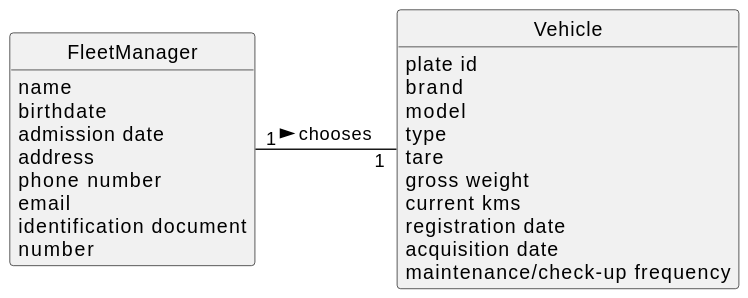
diogoveirospro/lei-24-s2-1dg-g072 keeps this PlantUML diagram as docs/sprintA/us007/02.analysis/svg/us007-domain-model.svg. Above is the earlier version.
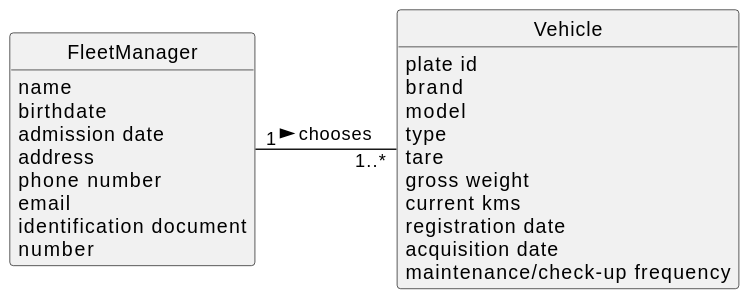
Above is the later version.

Commit message:
Update on domain models of US006 ans US007

Change to the diagram source:
```diff
@@ -27,5 +27,5 @@
 }
 
 
-FleetManager "1"-"   1" Vehicle: chooses >
+FleetManager "1"-"   1..*" Vehicle: chooses >
 @enduml
```
